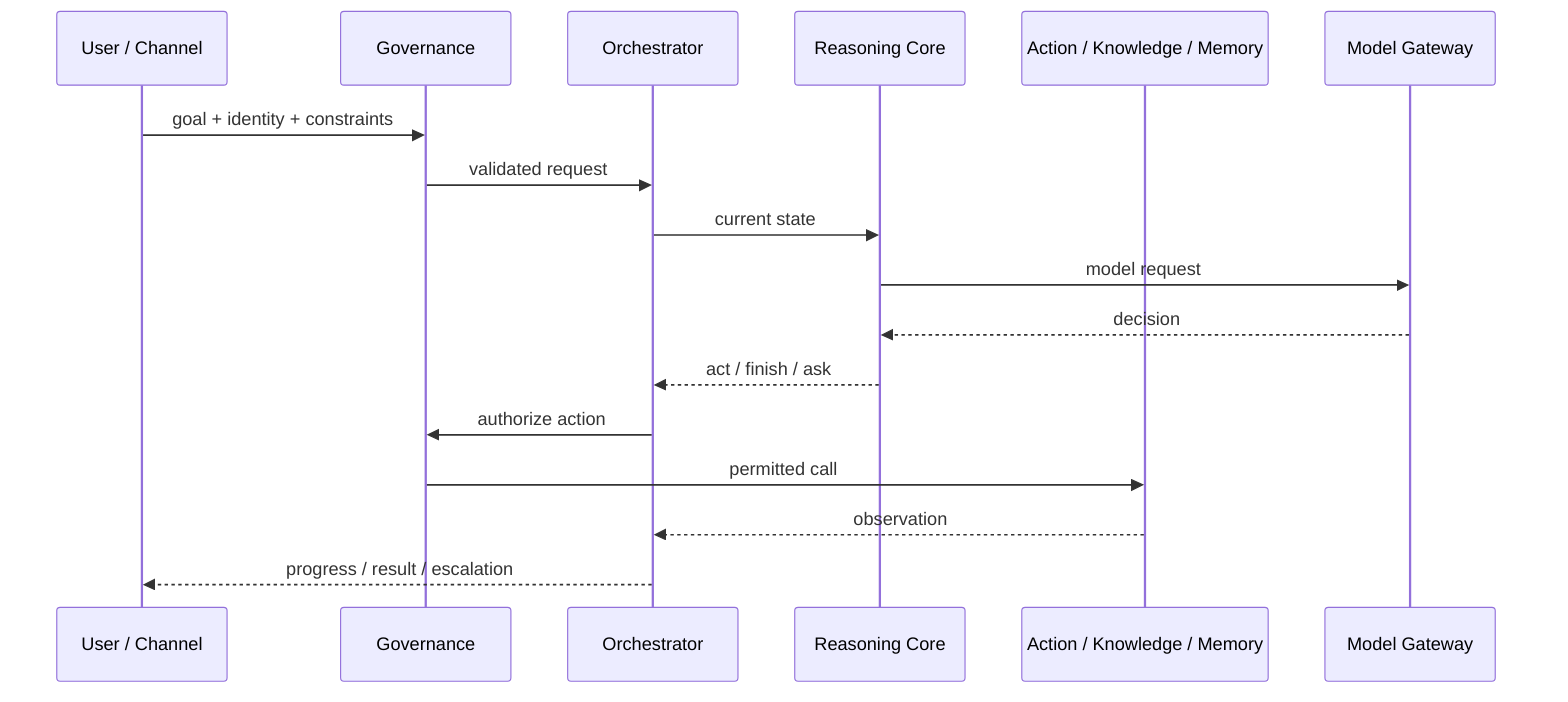
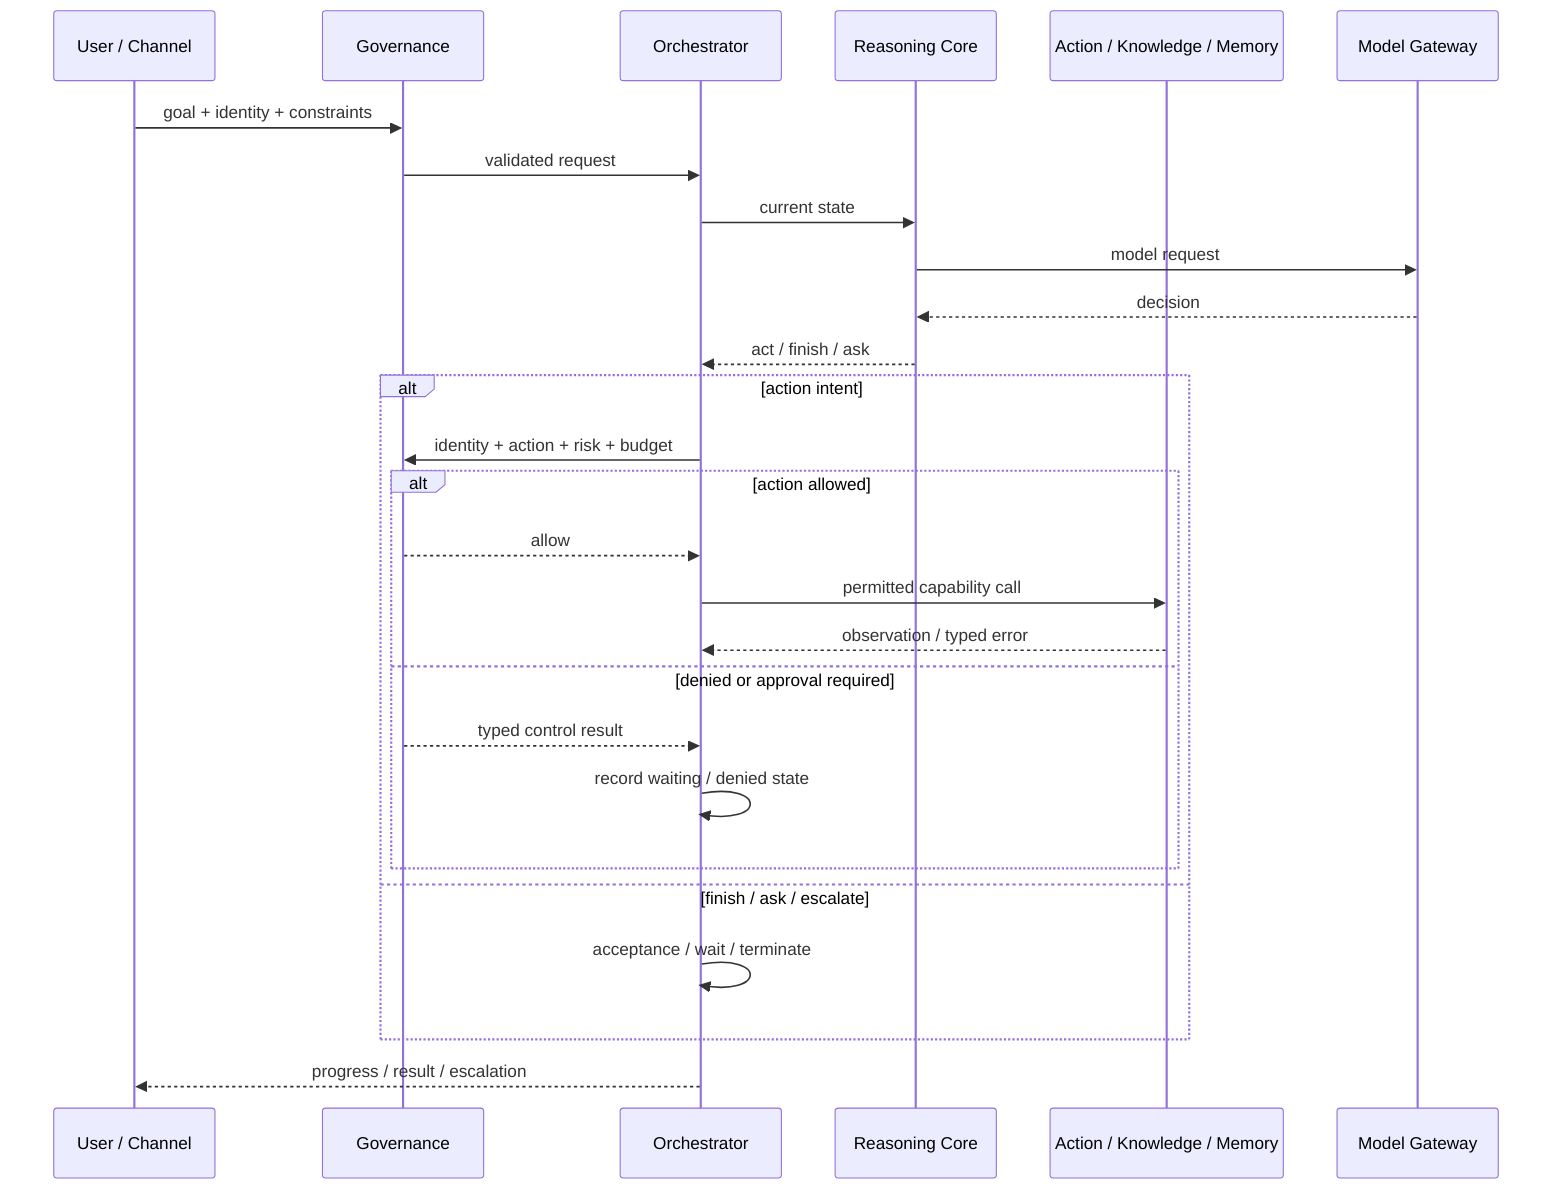
sequenceDiagram
    participant U as User / Channel
    participant G as Governance
    participant O as Orchestrator
    participant R as Reasoning Core
    participant A as Action / Knowledge / Memory
    participant M as Model Gateway

    U->>G: goal + identity + constraints
    G->>O: validated request
    O->>R: current state
    R->>M: model request
    M-->>R: decision
    R-->>O: act / finish / ask
-     O->>G: authorize action
-     G->>A: permitted call
-     A-->>O: observation
+     alt action intent
+         O->>G: identity + action + risk + budget
+         alt action allowed
+             G-->>O: allow
+             O->>A: permitted capability call
+             A-->>O: observation / typed error
+         else denied or approval required
+             G-->>O: typed control result
+             O->>O: record waiting / denied state
+         end
+     else finish / ask / escalate
+         O->>O: acceptance / wait / terminate
+     end
    O-->>U: progress / result / escalation
